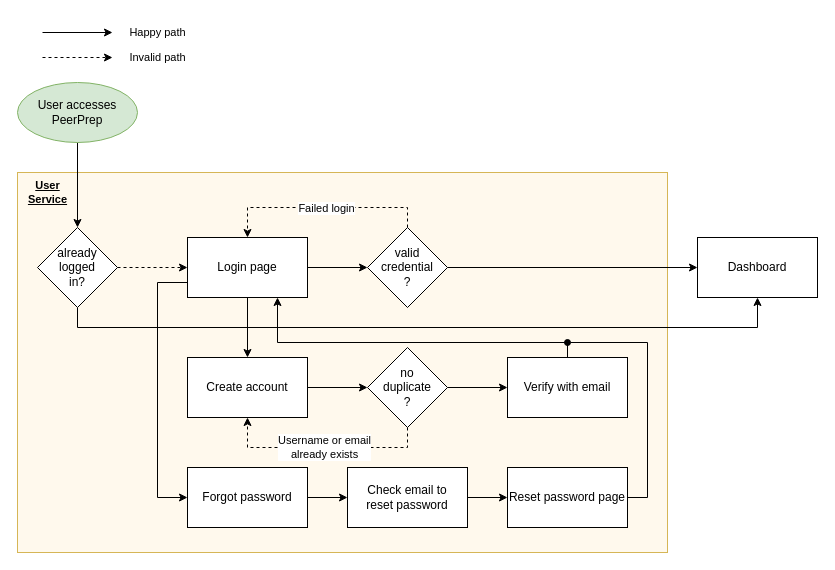
Earlier version of the draw.io diagram page "Userflow" (1 of 2) of docs/cs3219-userflow.drawio (CS3219-AY2223S1/cs3219-project-ay2223s1-g42). Source tidied: cells renumbered, new cells numbered last; positions are measured from the earlier drawing's top-left corner, leaving out a move shared by most shapes. Both pictures are drawn from the tidied source at 100%, with x=0, y=0 at pixel (17, 17).
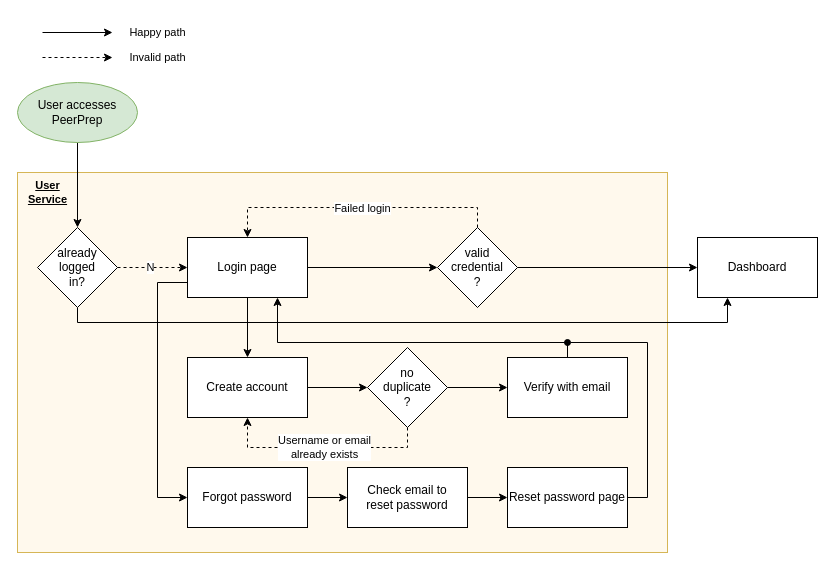
The same diagram, later.

Commit message:
docs: add architecture diagram page

The change refers to these unchanged cells:
```xml
<mxCell id="5" style="edgeStyle=orthogonalEdgeStyle;rounded=0;jettySize=auto;html=1;exitX=1;exitY=0.5;exitDx=0;exitDy=0;dashed=1;" parent="1" edge="1" source="7" target="11">
  <mxGeometry relative="1" as="geometry" />
</mxCell>
<mxCell id="7" value="already logged &lt;br&gt;in?" style="rhombus;whiteSpace=wrap;html=1;" parent="1" vertex="1">
  <mxGeometry x="20" y="210" width="80" height="80" as="geometry" />
</mxCell>
<mxCell id="16" value="Dashboard" style="whiteSpace=wrap;html=1;rounded=0;" parent="1" vertex="1">
  <mxGeometry x="680" y="220" width="120" height="60" as="geometry" />
</mxCell>
<mxCell id="22" style="edgeStyle=orthogonalEdgeStyle;rounded=0;jettySize=auto;html=1;exitX=0.5;exitY=1;exitDx=0;exitDy=0;entryX=0.5;entryY=1;entryDx=0;entryDy=0;dashed=1;" parent="1" edge="1" source="24" target="18">
  <mxGeometry relative="1" as="geometry" />
</mxCell>
```

Change to the diagram source:
```diff
@@
+    <mxCell id="36" value="N" style="edgeLabel;html=1;align=center;verticalAlign=middle;fontSize=11;fontFamily=Helvetica;fontColor=default;labelBackgroundColor=#FFFFFF;" parent="5" vertex="1">
+      <mxGeometry x="-0.34" y="-1" relative="1" as="geometry">
+        <mxPoint x="9" y="-2" as="offset" />
+      </mxGeometry>
+    </mxCell>
-    <mxCell id="6" style="edgeStyle=orthogonalEdgeStyle;shape=connector;rounded=0;jettySize=auto;html=1;exitX=0.5;exitY=1;exitDx=0;exitDy=0;entryX=0.5;entryY=1;entryDx=0;entryDy=0;labelBackgroundColor=default;strokeColor=default;fontFamily=Helvetica;fontSize=11;fontColor=default;endArrow=classic;endFill=1;" parent="1" edge="1" source="7" target="16">
-      <mxGeometry relative="1" as="geometry" />
+    <mxCell id="6" style="edgeStyle=orthogonalEdgeStyle;shape=connector;rounded=0;jettySize=auto;html=1;exitX=0.5;exitY=1;exitDx=0;exitDy=0;entryX=0.25;entryY=1;entryDx=0;entryDy=0;labelBackgroundColor=default;strokeColor=default;fontFamily=Helvetica;fontSize=11;fontColor=default;endArrow=classic;endFill=1;" parent="1" edge="1" source="7" target="16">
+      <mxGeometry relative="1" as="geometry">
+        <Array as="points">
+          <mxPoint x="60" y="305" />
+          <mxPoint x="710" y="305" />
+        </Array>
+      </mxGeometry>
     </mxCell>
@@
     <mxCell id="15" value="valid credential&lt;br&gt;?" style="rhombus;whiteSpace=wrap;html=1;rounded=0;" parent="1" vertex="1">
-      <mxGeometry x="350" y="210" width="80" height="80" as="geometry" />
+      <mxGeometry x="420" y="210" width="80" height="80" as="geometry" />
     </mxCell>
@@
-    <mxCell id="23" value="Username or email &lt;br&gt;already exists" style="edgeLabel;html=1;align=center;verticalAlign=middle;fontSize=11;fontFamily=Helvetica;fontColor=default;" parent="22" vertex="1">
+    <mxCell id="23" value="Username or email &lt;br&gt;already exists" style="edgeLabel;html=1;align=center;verticalAlign=middle;fontSize=11;fontFamily=Helvetica;fontColor=default;labelBackgroundColor=default;" parent="22" vertex="1">
       <mxGeometry x="0.09" y="2" relative="1" as="geometry">
         <mxPoint x="10" y="-3" as="offset" />
       </mxGeometry>
     </mxCell>
```
